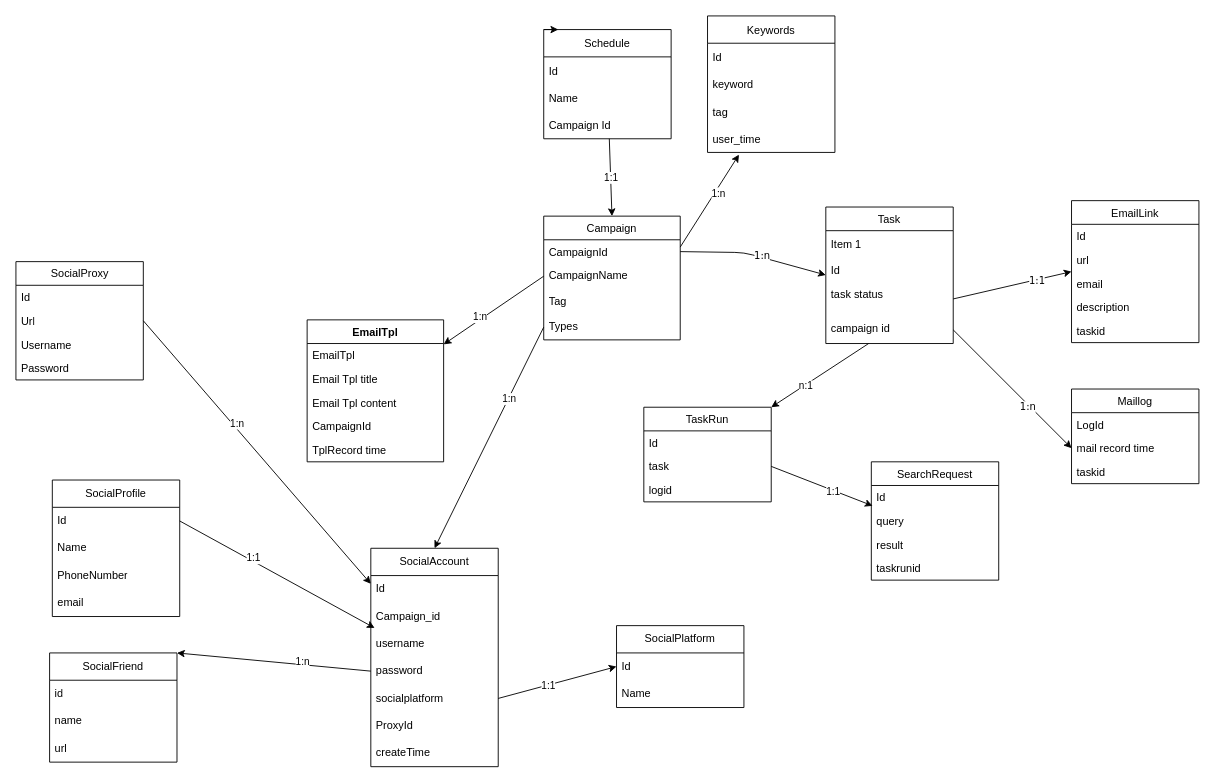
Before: doc/class.drawio in robertzengcn/marketing, a draw.io diagram. Source tidied: cells renumbered, new cells numbered last; positions are measured from the earlier drawing's top-left corner, leaving out a move shared by most shapes. Both pictures are drawn from the tidied source at 91%, with x=0, y=0 at pixel (15, 15).
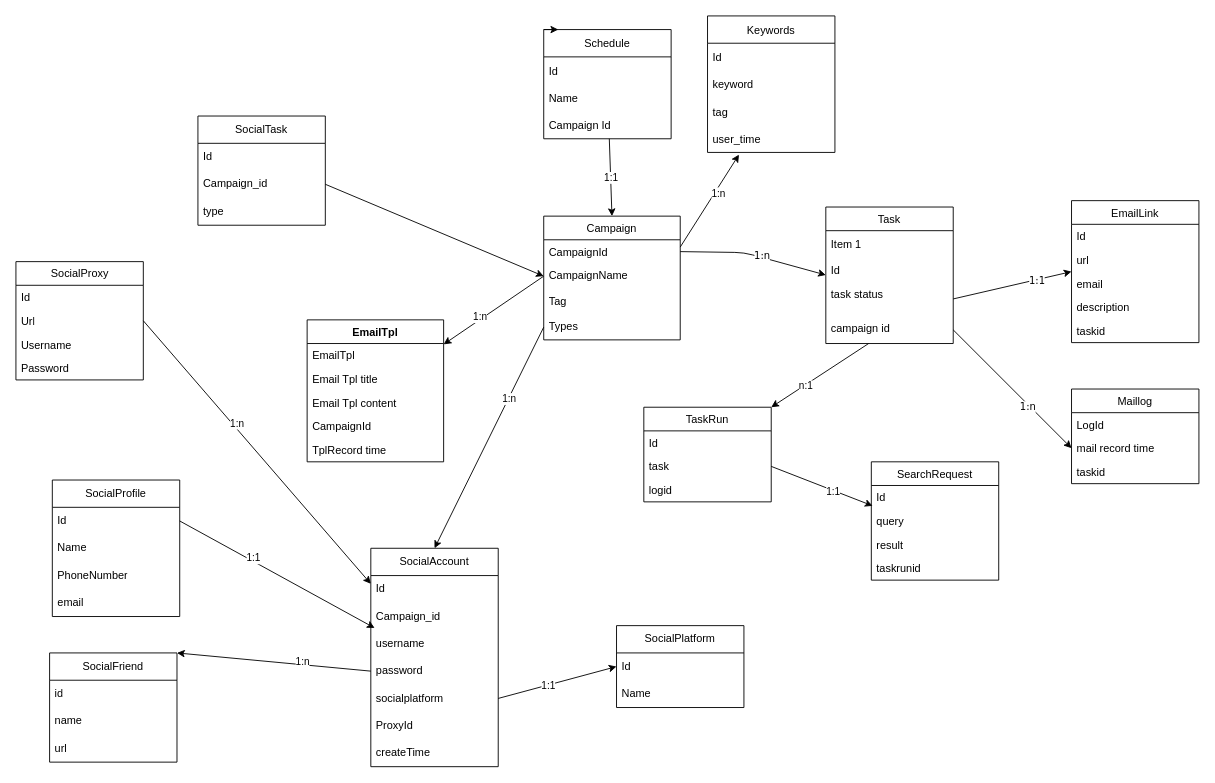
The same page after the edit.

Unchanged cells that the change refers to:
```xml
<mxCell id="6" value="CampaignName" style="text;strokeColor=none;fillColor=none;align=left;verticalAlign=top;spacingLeft=4;spacingRight=4;overflow=hidden;points=[[0,0.5],[1,0.5]];portConstraint=eastwest;" parent="4" vertex="1">
  <mxGeometry y="52" width="150" height="28" as="geometry" />
</mxCell>
```

Diff of the diagram source:
```diff
@@
+    <mxCell id="97" value="SocialTask" style="swimlane;fontStyle=0;horizontal=1;startSize=30;whiteSpace=wrap;html=1;" parent="1" vertex="1">
+      <mxGeometry x="200" y="110" width="140" height="120" as="geometry" />
+    </mxCell>
+    <mxCell id="98" value="Id" style="text;strokeColor=none;fillColor=none;align=left;verticalAlign=middle;spacingLeft=4;spacingRight=4;overflow=hidden;whiteSpace=wrap;html=1;" parent="97" vertex="1">
+      <mxGeometry y="30" width="140" height="30" as="geometry" />
+    </mxCell>
+    <mxCell id="99" value="Campaign_id" style="text;strokeColor=none;fillColor=none;align=left;verticalAlign=middle;spacingLeft=4;spacingRight=4;overflow=hidden;points=[[0,0.5],[1,0.5]];portConstraint=eastwest;whiteSpace=wrap;html=1;" parent="97" vertex="1">
+      <mxGeometry y="60" width="140" height="30" as="geometry" />
+    </mxCell>
+    <mxCell id="100" value="type" style="text;strokeColor=none;fillColor=none;align=left;verticalAlign=middle;spacingLeft=4;spacingRight=4;overflow=hidden;whiteSpace=wrap;html=1;" parent="97" vertex="1">
+      <mxGeometry y="90" width="140" height="30" as="geometry" />
+    </mxCell>
+    <mxCell id="101" style="edgeStyle=none;html=1;exitX=1;exitY=0.5;exitDx=0;exitDy=0;entryX=0;entryY=0.5;entryDx=0;entryDy=0;" parent="1" edge="1" source="99" target="6">
+      <mxGeometry relative="1" as="geometry" />
+    </mxCell>
```
